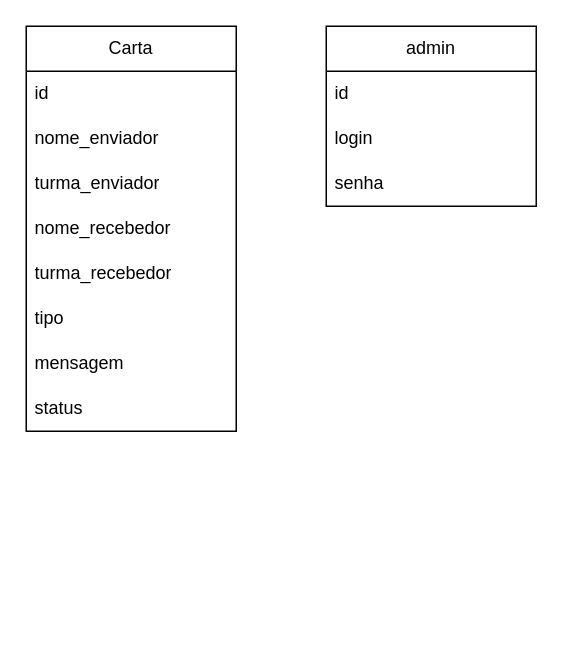
Before: diagramas/der.drawio in sousa-p/correio-elegante, a draw.io diagram. Source tidied: cells renumbered, new cells numbered last; positions are measured from the earlier drawing's top-left corner, leaving out a move shared by most shapes. Both pictures are drawn from the tidied source at 150%, with x=0, y=0 at pixel (26, 26).
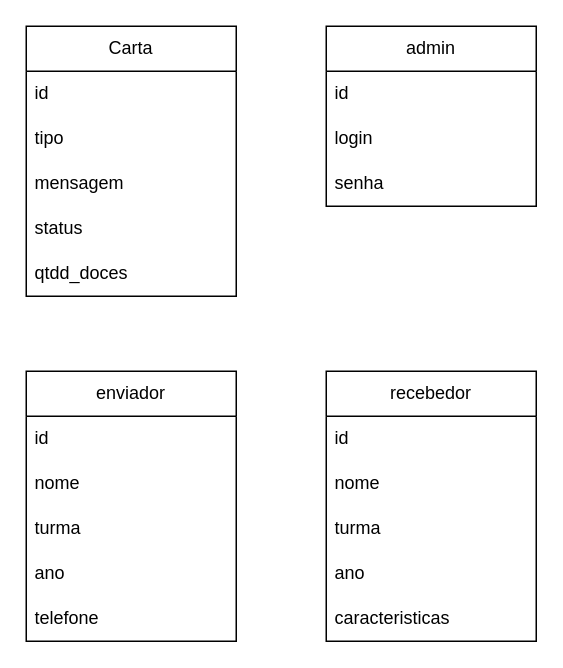
The same page after the edit.

Change to the diagram source:
```diff
@@
     <mxCell id="2" value="Carta" style="swimlane;fontStyle=0;horizontal=1;startSize=30;whiteSpace=wrap;html=1;" parent="1" vertex="1">
-      <mxGeometry width="140" height="270" as="geometry" />
+      <mxGeometry width="140" height="180" as="geometry" />
     </mxCell>
@@
-    <mxCell id="4" value="nome_enviador" style="text;strokeColor=none;fillColor=none;align=left;verticalAlign=middle;spacingLeft=4;spacingRight=4;overflow=hidden;whiteSpace=wrap;html=1;" parent="2" vertex="1">
-      <mxGeometry y="60" width="140" height="30" as="geometry" />
-    </mxCell>
-    <mxCell id="5" value="turma_enviador" style="text;strokeColor=none;fillColor=none;align=left;verticalAlign=middle;spacingLeft=4;spacingRight=4;overflow=hidden;whiteSpace=wrap;html=1;" parent="2" vertex="1">
-      <mxGeometry y="90" width="140" height="30" as="geometry" />
-    </mxCell>
-    <mxCell id="6" value="nome_recebedor" style="text;strokeColor=none;fillColor=none;align=left;verticalAlign=middle;spacingLeft=4;spacingRight=4;overflow=hidden;whiteSpace=wrap;html=1;" parent="2" vertex="1">
-      <mxGeometry y="120" width="140" height="30" as="geometry" />
-    </mxCell>
-    <mxCell id="7" value="turma_recebedor" style="text;strokeColor=none;fillColor=none;align=left;verticalAlign=middle;spacingLeft=4;spacingRight=4;overflow=hidden;whiteSpace=wrap;html=1;" parent="2" vertex="1">
-      <mxGeometry y="150" width="140" height="30" as="geometry" />
-    </mxCell>
     <mxCell id="8" value="tipo" style="text;strokeColor=none;fillColor=none;align=left;verticalAlign=middle;spacingLeft=4;spacingRight=4;overflow=hidden;whiteSpace=wrap;html=1;" parent="2" vertex="1">
-      <mxGeometry y="180" width="140" height="30" as="geometry" />
+      <mxGeometry y="60" width="140" height="30" as="geometry" />
     </mxCell>
     <mxCell id="9" value="mensagem&lt;br&gt;" style="text;strokeColor=none;fillColor=none;align=left;verticalAlign=middle;spacingLeft=4;spacingRight=4;overflow=hidden;whiteSpace=wrap;html=1;" parent="2" vertex="1">
-      <mxGeometry y="210" width="140" height="30" as="geometry" />
+      <mxGeometry y="90" width="140" height="30" as="geometry" />
     </mxCell>
     <mxCell id="10" value="status" style="text;strokeColor=none;fillColor=none;align=left;verticalAlign=middle;spacingLeft=4;spacingRight=4;overflow=hidden;whiteSpace=wrap;html=1;" parent="2" vertex="1">
-      <mxGeometry y="240" width="140" height="30" as="geometry" />
+      <mxGeometry y="120" width="140" height="30" as="geometry" />
     </mxCell>
+    <mxCell id="15" value="qtdd_doces" style="text;strokeColor=none;fillColor=none;align=left;verticalAlign=middle;spacingLeft=4;spacingRight=4;overflow=hidden;whiteSpace=wrap;html=1;" parent="2" vertex="1">
+      <mxGeometry y="150" width="140" height="30" as="geometry" />
+    </mxCell>
@@
+    <mxCell id="16" value="recebedor" style="swimlane;fontStyle=0;horizontal=1;startSize=30;whiteSpace=wrap;html=1;" parent="1" vertex="1">
+      <mxGeometry x="200" y="230" width="140" height="180" as="geometry" />
+    </mxCell>
+    <mxCell id="17" value="id" style="text;strokeColor=none;fillColor=none;align=left;verticalAlign=middle;spacingLeft=4;spacingRight=4;overflow=hidden;whiteSpace=wrap;html=1;" parent="16" vertex="1">
+      <mxGeometry y="30" width="140" height="30" as="geometry" />
+    </mxCell>
+    <mxCell id="4" value="nome" style="text;strokeColor=none;fillColor=none;align=left;verticalAlign=middle;spacingLeft=4;spacingRight=4;overflow=hidden;whiteSpace=wrap;html=1;" parent="16" vertex="1">
+      <mxGeometry y="60" width="140" height="30" as="geometry" />
+    </mxCell>
+    <mxCell id="18" value="turma" style="text;strokeColor=none;fillColor=none;align=left;verticalAlign=middle;spacingLeft=4;spacingRight=4;overflow=hidden;whiteSpace=wrap;html=1;" parent="16" vertex="1">
+      <mxGeometry y="90" width="140" height="30" as="geometry" />
+    </mxCell>
+    <mxCell id="19" value="ano" style="text;strokeColor=none;fillColor=none;align=left;verticalAlign=middle;spacingLeft=4;spacingRight=4;overflow=hidden;whiteSpace=wrap;html=1;" parent="16" vertex="1">
+      <mxGeometry y="120" width="140" height="30" as="geometry" />
+    </mxCell>
+    <mxCell id="20" value="caracteristicas" style="text;strokeColor=none;fillColor=none;align=left;verticalAlign=middle;spacingLeft=4;spacingRight=4;overflow=hidden;whiteSpace=wrap;html=1;" parent="16" vertex="1">
+      <mxGeometry y="150" width="140" height="30" as="geometry" />
+    </mxCell>
+    <mxCell id="21" value="enviador" style="swimlane;fontStyle=0;horizontal=1;startSize=30;whiteSpace=wrap;html=1;" parent="1" vertex="1">
+      <mxGeometry y="230" width="140" height="180" as="geometry" />
+    </mxCell>
+    <mxCell id="22" value="id" style="text;strokeColor=none;fillColor=none;align=left;verticalAlign=middle;spacingLeft=4;spacingRight=4;overflow=hidden;whiteSpace=wrap;html=1;" parent="21" vertex="1">
+      <mxGeometry y="30" width="140" height="30" as="geometry" />
+    </mxCell>
+    <mxCell id="23" value="nome" style="text;strokeColor=none;fillColor=none;align=left;verticalAlign=middle;spacingLeft=4;spacingRight=4;overflow=hidden;whiteSpace=wrap;html=1;" parent="21" vertex="1">
+      <mxGeometry y="60" width="140" height="30" as="geometry" />
+    </mxCell>
+    <mxCell id="24" value="turma" style="text;strokeColor=none;fillColor=none;align=left;verticalAlign=middle;spacingLeft=4;spacingRight=4;overflow=hidden;whiteSpace=wrap;html=1;" parent="21" vertex="1">
+      <mxGeometry y="90" width="140" height="30" as="geometry" />
+    </mxCell>
+    <mxCell id="25" value="ano" style="text;strokeColor=none;fillColor=none;align=left;verticalAlign=middle;spacingLeft=4;spacingRight=4;overflow=hidden;whiteSpace=wrap;html=1;" parent="21" vertex="1">
+      <mxGeometry y="120" width="140" height="30" as="geometry" />
+    </mxCell>
+    <mxCell id="26" value="telefone" style="text;strokeColor=none;fillColor=none;align=left;verticalAlign=middle;spacingLeft=4;spacingRight=4;overflow=hidden;whiteSpace=wrap;html=1;" parent="21" vertex="1">
+      <mxGeometry y="150" width="140" height="30" as="geometry" />
+    </mxCell>
```
